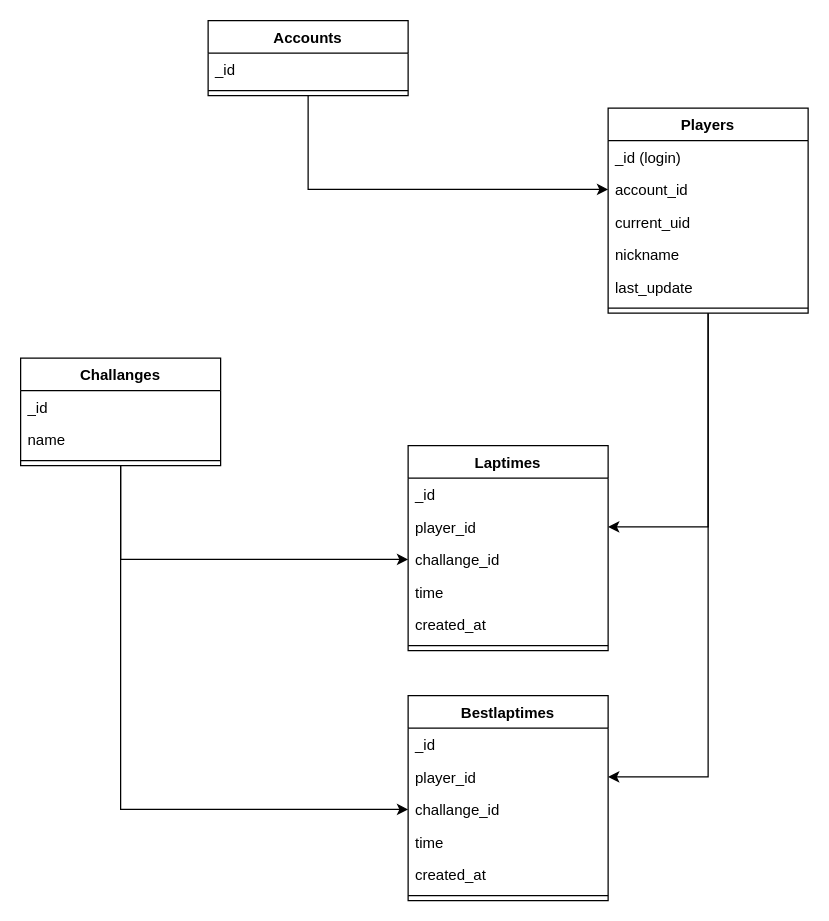
Above: db_layout.drawio in nils-ost/TMNF-TimeAttackServer (draw.io), before the change. Source tidied: cells renumbered, new cells numbered last; positions are measured from the earlier drawing's top-left corner, leaving out a move shared by most shapes. Both pictures are drawn from the tidied source at 125%, with x=0, y=0 at pixel (20, 20).
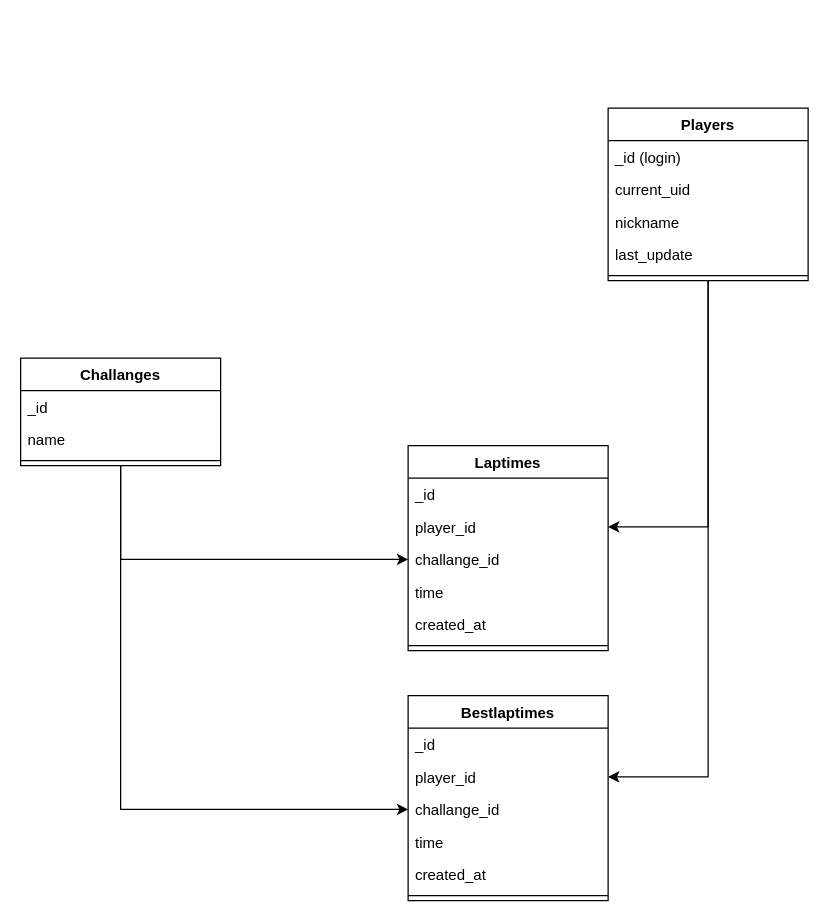
Above is the later version.

Change to the diagram source:
```diff
@@
-    <mxCell id="2" style="edgeStyle=orthogonalEdgeStyle;rounded=0;jettySize=auto;html=1;entryX=0;entryY=0.5;entryDx=0;entryDy=0;" parent="1" edge="1" source="3" target="10">
-      <mxGeometry relative="1" as="geometry" />
-    </mxCell>
-    <mxCell id="3" value="Accounts" style="swimlane;fontStyle=1;align=center;verticalAlign=top;horizontal=1;startSize=26;" parent="1" vertex="1">
-      <mxGeometry x="150" width="160" height="60" as="geometry" />
-    </mxCell>
-    <mxCell id="4" value="_id" style="text;strokeColor=none;fillColor=none;align=left;verticalAlign=top;spacingLeft=4;spacingRight=4;overflow=hidden;" parent="3" vertex="1">
-      <mxGeometry y="26" width="160" height="26" as="geometry" />
-    </mxCell>
-    <mxCell id="5" style="line;strokeWidth=1;fillColor=none;align=left;verticalAlign=middle;spacingTop=-1;spacingLeft=3;spacingRight=3;labelPosition=right;" parent="3" vertex="1">
-      <mxGeometry y="52" width="160" height="8" as="geometry" />
-    </mxCell>
@@
     <mxCell id="8" value="Players" style="swimlane;fontStyle=1;align=center;verticalAlign=top;horizontal=1;startSize=26;" parent="1" vertex="1">
-      <mxGeometry x="470" y="70" width="160" height="164" as="geometry" />
+      <mxGeometry x="470" y="70" width="160" height="138" as="geometry" />
     </mxCell>
@@
-    <mxCell id="10" value="account_id" style="text;strokeColor=none;fillColor=none;align=left;verticalAlign=top;spacingLeft=4;spacingRight=4;overflow=hidden;points=[[0,0.5],[1,0.5]];portConstraint=eastwest;" parent="8" vertex="1">
-      <mxGeometry y="52" width="160" height="26" as="geometry" />
-    </mxCell>
     <mxCell id="11" value="current_uid" style="text;strokeColor=none;fillColor=none;align=left;verticalAlign=top;spacingLeft=4;spacingRight=4;overflow=hidden;" parent="8" vertex="1">
-      <mxGeometry y="78" width="160" height="26" as="geometry" />
+      <mxGeometry y="52" width="160" height="26" as="geometry" />
     </mxCell>
     <mxCell id="12" value="nickname" style="text;strokeColor=none;fillColor=none;align=left;verticalAlign=top;spacingLeft=4;spacingRight=4;overflow=hidden;" parent="8" vertex="1">
-      <mxGeometry y="104" width="160" height="26" as="geometry" />
+      <mxGeometry y="78" width="160" height="26" as="geometry" />
     </mxCell>
     <mxCell id="13" value="last_update" style="text;strokeColor=none;fillColor=none;align=left;verticalAlign=top;spacingLeft=4;spacingRight=4;overflow=hidden;" parent="8" vertex="1">
-      <mxGeometry y="130" width="160" height="26" as="geometry" />
+      <mxGeometry y="104" width="160" height="26" as="geometry" />
     </mxCell>
     <mxCell id="14" style="line;strokeWidth=1;fillColor=none;align=left;verticalAlign=middle;spacingTop=-1;spacingLeft=3;spacingRight=3;labelPosition=right;" parent="8" vertex="1">
-      <mxGeometry y="156" width="160" height="8" as="geometry" />
+      <mxGeometry y="130" width="160" height="8" as="geometry" />
     </mxCell>
```
